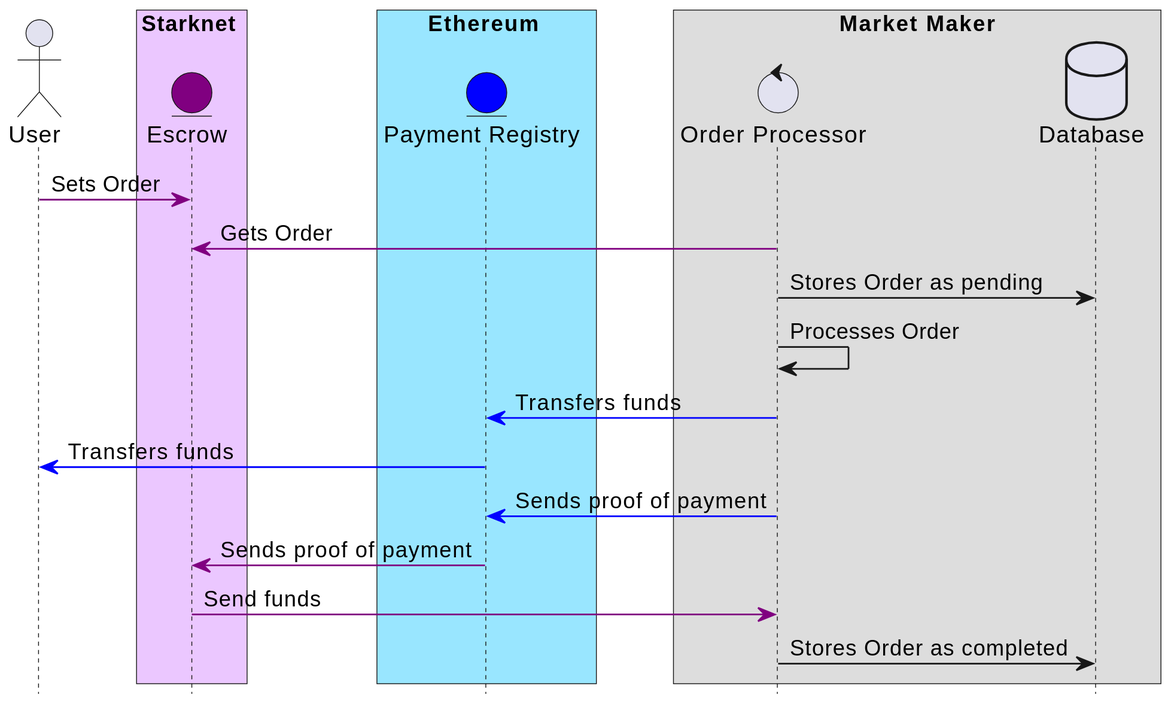
The PlantUML diagram docs/mm_bot/images/order_processing.svg in yetanotherco/yet-another-bridge, before a commit.
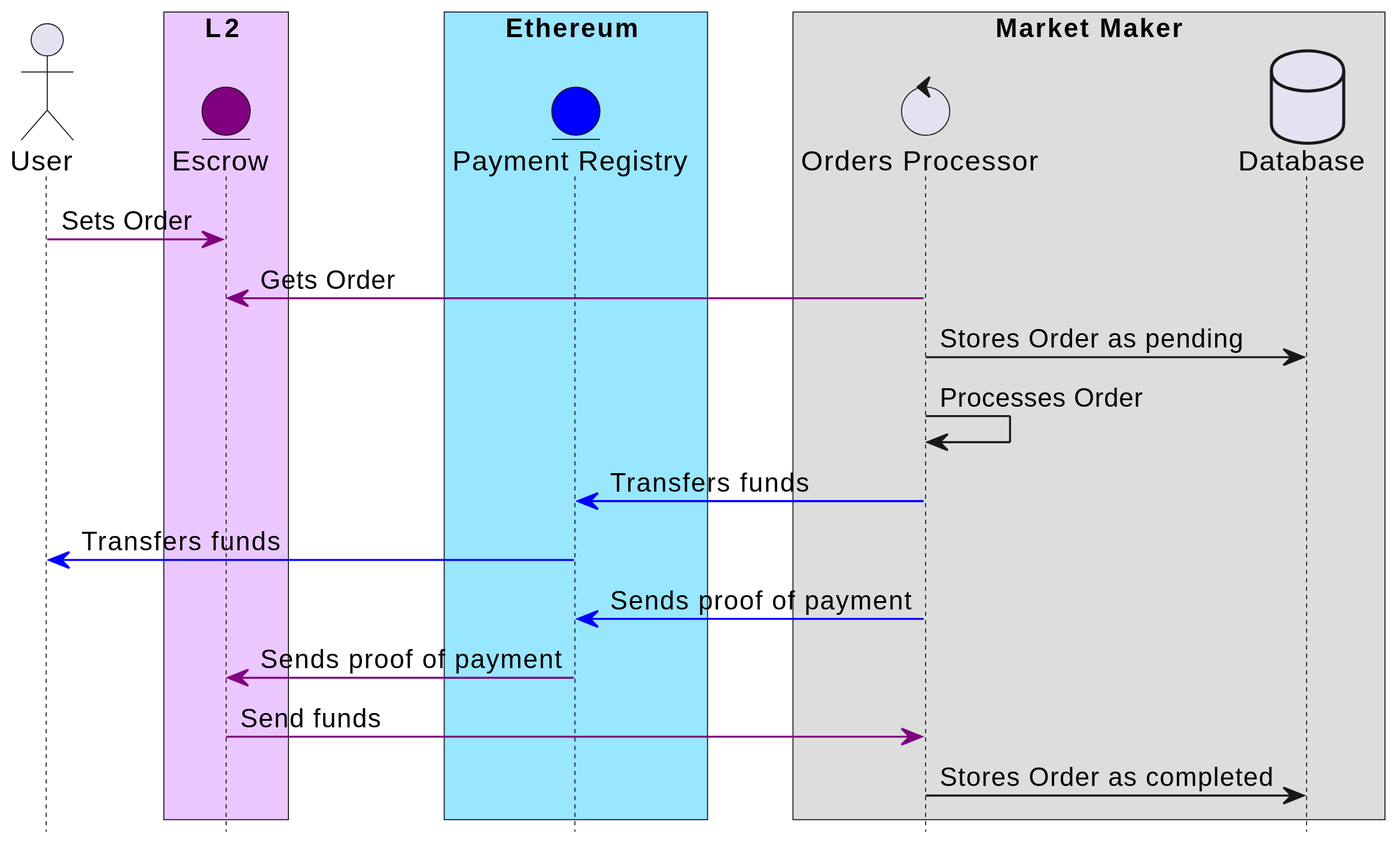
After the change.

The edit, as a diff of the source:
```diff
@@ -1,13 +1,13 @@
 @startuml
 hide footbox
 actor User as U
-box Starknet #ebc7ff
+box L2 #ebc7ff
 entity Escrow as E #purple
 end box
 box Ethereum #99e6ff
 entity "Payment Registry" as PR #blue
 box "Market Maker"
-control "Order Processor" as OP
+control "Orders Processor" as OP
 database Database
 end box
 
```
